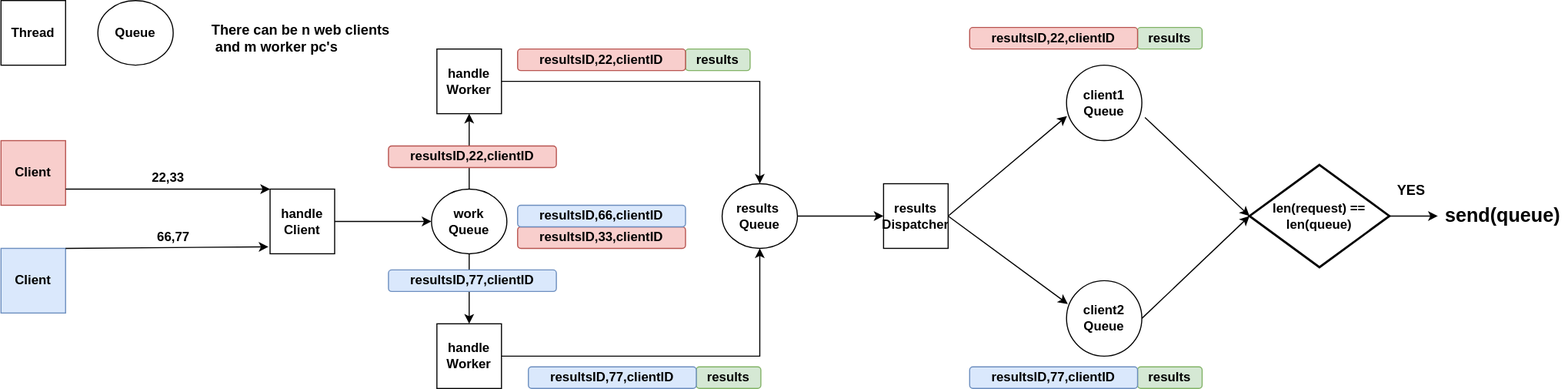
Earlier version of the draw.io export goldbach_server/design/goldbach_server_design.svg (LeonelCamposM/Goldbach-sConjecture). Source tidied: cells renumbered, new cells last; positions are measured from the earlier drawing's top-left corner, leaving out a move shared by most shapes. The source it was exported from:
```xml
<mxGraphModel background="#ffffff">
  <root>
    <mxCell id="0" />
    <mxCell id="1" parent="0" />
    <mxCell id="2" style="edgeStyle=orthogonalEdgeStyle;rounded=0;jettySize=auto;html=1;entryX=0.5;entryY=0;entryDx=0;entryDy=0;" parent="1" edge="1" source="11" target="8">
      <mxGeometry relative="1" as="geometry" />
    </mxCell>
    <mxCell id="3" value="&lt;b&gt;Client&lt;/b&gt;" style="whiteSpace=wrap;html=1;fillColor=#dae8fc;strokeColor=#6c8ebf;" parent="1" vertex="1">
      <mxGeometry y="230" width="60" height="60" as="geometry" />
    </mxCell>
    <mxCell id="4" style="edgeStyle=orthogonalEdgeStyle;rounded=0;jettySize=auto;html=1;entryX=0;entryY=0.5;entryDx=0;entryDy=0;exitX=1;exitY=0.5;exitDx=0;exitDy=0;" parent="1" edge="1" source="16" target="11">
      <mxGeometry relative="1" as="geometry" />
    </mxCell>
    <mxCell id="5" value="&lt;b&gt;22,33&lt;/b&gt;" style="text;html=1;align=center;verticalAlign=middle;strokeColor=none;fillColor=none;" parent="1" vertex="1">
      <mxGeometry x="130" y="155" width="50" height="20" as="geometry" />
    </mxCell>
    <mxCell id="6" value="&lt;b&gt;66,77&lt;/b&gt;" style="text;html=1;align=center;verticalAlign=middle;strokeColor=none;fillColor=none;" parent="1" vertex="1">
      <mxGeometry x="135" y="210" width="50" height="20" as="geometry" />
    </mxCell>
    <mxCell id="7" style="edgeStyle=orthogonalEdgeStyle;rounded=0;jettySize=auto;html=1;entryX=0.5;entryY=1;entryDx=0;entryDy=0;" parent="1" edge="1" source="8" target="13">
      <mxGeometry relative="1" as="geometry" />
    </mxCell>
    <mxCell id="8" value="&lt;b&gt;handle&lt;br&gt;Worker&lt;br&gt;&lt;/b&gt;" style="whiteSpace=wrap;html=1;" parent="1" vertex="1">
      <mxGeometry x="405" y="300" width="60" height="60" as="geometry" />
    </mxCell>
    <mxCell id="9" value="&lt;b&gt;resultsID,77,clientID&lt;/b&gt;" style="rounded=1;whiteSpace=wrap;html=1;fillColor=#dae8fc;strokeColor=#6c8ebf;" parent="1" vertex="1">
      <mxGeometry x="360" y="250" width="156" height="20" as="geometry" />
    </mxCell>
    <mxCell id="10" style="edgeStyle=orthogonalEdgeStyle;rounded=0;jettySize=auto;html=1;entryX=0.5;entryY=1;entryDx=0;entryDy=0;" parent="1" edge="1" source="11" target="19">
      <mxGeometry relative="1" as="geometry" />
    </mxCell>
    <mxCell id="11" value="&lt;b&gt;work Queue&lt;/b&gt;" style="ellipse;whiteSpace=wrap;html=1;align=center;" parent="1" vertex="1">
      <mxGeometry x="400" y="175" width="70" height="60" as="geometry" />
    </mxCell>
    <mxCell id="12" style="edgeStyle=orthogonalEdgeStyle;rounded=0;jettySize=auto;html=1;entryX=0;entryY=0.5;entryDx=0;entryDy=0;" parent="1" edge="1" source="13" target="14">
      <mxGeometry relative="1" as="geometry" />
    </mxCell>
    <mxCell id="13" value="&lt;b&gt;results&amp;nbsp; Queue&lt;/b&gt;" style="ellipse;whiteSpace=wrap;html=1;align=center;" parent="1" vertex="1">
      <mxGeometry x="670" y="170" width="70" height="60" as="geometry" />
    </mxCell>
    <mxCell id="14" value="&lt;b&gt;results&lt;br&gt;Dispatcher&lt;br&gt;&lt;/b&gt;" style="whiteSpace=wrap;html=1;" parent="1" vertex="1">
      <mxGeometry x="820" y="170" width="60" height="60" as="geometry" />
    </mxCell>
    <mxCell id="15" value="&lt;b&gt;client1&lt;br&gt;Queue&lt;/b&gt;" style="ellipse;whiteSpace=wrap;html=1;" parent="1" vertex="1">
      <mxGeometry x="990" y="60" width="70" height="70" as="geometry" />
    </mxCell>
    <mxCell id="16" value="&lt;b&gt;handle&lt;br&gt;Client&lt;/b&gt;" style="whiteSpace=wrap;html=1;" parent="1" vertex="1">
      <mxGeometry x="250" y="175" width="60" height="60" as="geometry" />
    </mxCell>
    <mxCell id="17" value="&lt;b&gt;results&lt;/b&gt;" style="rounded=1;whiteSpace=wrap;html=1;fillColor=#d5e8d4;strokeColor=#82b366;" parent="1" vertex="1">
      <mxGeometry x="646" y="340" width="60" height="20" as="geometry" />
    </mxCell>
    <mxCell id="18" style="edgeStyle=orthogonalEdgeStyle;rounded=0;jettySize=auto;html=1;entryX=0.5;entryY=0;entryDx=0;entryDy=0;" parent="1" edge="1" source="19" target="13">
      <mxGeometry relative="1" as="geometry" />
    </mxCell>
    <mxCell id="19" value="&lt;b&gt;handle&lt;br&gt;Worker&lt;br&gt;&lt;/b&gt;" style="whiteSpace=wrap;html=1;" parent="1" vertex="1">
      <mxGeometry x="405" y="45" width="60" height="60" as="geometry" />
    </mxCell>
    <mxCell id="20" value="&lt;b&gt;resultsID,22,clientID&lt;/b&gt;" style="rounded=1;whiteSpace=wrap;html=1;fillColor=#f8cecc;strokeColor=#b85450;" parent="1" vertex="1">
      <mxGeometry x="360" y="135" width="156" height="20" as="geometry" />
    </mxCell>
    <mxCell id="21" value="&lt;b&gt;results&lt;/b&gt;" style="rounded=1;whiteSpace=wrap;html=1;fillColor=#d5e8d4;strokeColor=#82b366;" parent="1" vertex="1">
      <mxGeometry x="636" y="45" width="60" height="20" as="geometry" />
    </mxCell>
    <mxCell id="22" value="&lt;b&gt;Client&lt;/b&gt;" style="whiteSpace=wrap;html=1;fillColor=#f8cecc;strokeColor=#b85450;" parent="1" vertex="1">
      <mxGeometry y="130" width="60" height="60" as="geometry" />
    </mxCell>
    <mxCell id="23" value="&lt;b&gt;Thread&lt;/b&gt;" style="whiteSpace=wrap;html=1;" parent="1" vertex="1">
      <mxGeometry width="60" height="60" as="geometry" />
    </mxCell>
    <mxCell id="24" value="&lt;b&gt;Queue&lt;/b&gt;" style="ellipse;whiteSpace=wrap;html=1;align=center;" parent="1" vertex="1">
      <mxGeometry x="90" width="70" height="60" as="geometry" />
    </mxCell>
    <mxCell id="25" value="&lt;b&gt;client2&lt;br&gt;Queue&lt;/b&gt;" style="ellipse;whiteSpace=wrap;html=1;" parent="1" vertex="1">
      <mxGeometry x="990" y="260" width="70" height="70" as="geometry" />
    </mxCell>
    <mxCell id="26" style="endArrow=classic;html=1;rounded=0;exitX=1;exitY=0.5;exitDx=0;exitDy=0;entryX=0.006;entryY=0.674;entryDx=0;entryDy=0;entryPerimeter=0;" parent="1" edge="1" source="14" target="15">
      <mxGeometry relative="1" as="geometry" />
    </mxCell>
    <mxCell id="27" style="endArrow=classic;html=1;rounded=0;exitX=1;exitY=0.5;exitDx=0;exitDy=0;entryX=0.017;entryY=0.309;entryDx=0;entryDy=0;entryPerimeter=0;" parent="1" edge="1" source="14" target="25">
      <mxGeometry relative="1" as="geometry" />
    </mxCell>
    <mxCell id="28" style="endArrow=classic;html=1;rounded=0;exitX=1;exitY=0.75;exitDx=0;exitDy=0;entryX=0;entryY=0;entryDx=0;entryDy=0;" parent="1" edge="1" source="22" target="16">
      <mxGeometry relative="1" as="geometry" />
    </mxCell>
    <mxCell id="29" style="endArrow=classic;html=1;rounded=0;exitX=1;exitY=0;exitDx=0;exitDy=0;entryX=-0.025;entryY=0.893;entryDx=0;entryDy=0;entryPerimeter=0;" parent="1" edge="1" source="3" target="16">
      <mxGeometry relative="1" as="geometry" />
    </mxCell>
    <mxCell id="30" style="edgeStyle=orthogonalEdgeStyle;rounded=0;jettySize=auto;html=1;" parent="1" edge="1" source="31" target="32">
      <mxGeometry relative="1" as="geometry" />
    </mxCell>
    <mxCell id="31" value="&lt;b&gt;len(request) == len(queue)&lt;/b&gt;" style="strokeWidth=2;html=1;shape=mxgraph.flowchart.decision;whiteSpace=wrap;" parent="1" vertex="1">
      <mxGeometry x="1160" y="152.5" width="130" height="95" as="geometry" />
    </mxCell>
    <mxCell id="32" value="&lt;b&gt;&lt;font style=&quot;font-size: 18px&quot;&gt;send(queue)&lt;/font&gt;&lt;/b&gt;" style="text;html=1;align=center;verticalAlign=middle;points=[];strokeColor=none;fillColor=none;" parent="1" vertex="1">
      <mxGeometry x="1335" y="190" width="120" height="20" as="geometry" />
    </mxCell>
    <mxCell id="33" style="endArrow=classic;html=1;rounded=0;exitX=1.041;exitY=0.692;exitDx=0;exitDy=0;entryX=0;entryY=0.5;entryDx=0;entryDy=0;entryPerimeter=0;exitPerimeter=0;" parent="1" edge="1" source="15" target="31">
      <mxGeometry relative="1" as="geometry" />
    </mxCell>
    <mxCell id="34" style="endArrow=classic;html=1;rounded=0;exitX=1;exitY=0.5;exitDx=0;exitDy=0;entryX=0;entryY=0.5;entryDx=0;entryDy=0;entryPerimeter=0;" parent="1" edge="1" source="25" target="31">
      <mxGeometry relative="1" as="geometry" />
    </mxCell>
    <mxCell id="35" value="&lt;b&gt;&lt;font style=&quot;font-size: 13px&quot;&gt;YES&lt;/font&gt;&lt;/b&gt;" style="text;html=1;align=center;verticalAlign=middle;strokeColor=none;fillColor=none;fontSize=18;" parent="1" vertex="1">
      <mxGeometry x="1290" y="160" width="40" height="30" as="geometry" />
    </mxCell>
    <mxCell id="36" value="&lt;b&gt;resultsID,22,clientID&lt;/b&gt;" style="rounded=1;whiteSpace=wrap;html=1;fillColor=#f8cecc;strokeColor=#b85450;" parent="1" vertex="1">
      <mxGeometry x="480" y="45" width="156" height="20" as="geometry" />
    </mxCell>
    <mxCell id="37" value="&lt;b&gt;resultsID,77,clientID&lt;/b&gt;" style="rounded=1;whiteSpace=wrap;html=1;fillColor=#dae8fc;strokeColor=#6c8ebf;" parent="1" vertex="1">
      <mxGeometry x="490" y="340" width="156" height="20" as="geometry" />
    </mxCell>
    <mxCell id="38" value="&lt;b&gt;results&lt;/b&gt;" style="rounded=1;whiteSpace=wrap;html=1;fillColor=#d5e8d4;strokeColor=#82b366;" parent="1" vertex="1">
      <mxGeometry x="1056" y="340" width="60" height="20" as="geometry" />
    </mxCell>
    <mxCell id="39" value="&lt;b&gt;resultsID,77,clientID&lt;/b&gt;" style="rounded=1;whiteSpace=wrap;html=1;fillColor=#dae8fc;strokeColor=#6c8ebf;" parent="1" vertex="1">
      <mxGeometry x="900" y="340" width="156" height="20" as="geometry" />
    </mxCell>
    <mxCell id="40" value="&lt;b&gt;results&lt;/b&gt;" style="rounded=1;whiteSpace=wrap;html=1;fillColor=#d5e8d4;strokeColor=#82b366;" parent="1" vertex="1">
      <mxGeometry x="1056" y="25" width="60" height="20" as="geometry" />
    </mxCell>
    <mxCell id="41" value="&lt;b&gt;resultsID,22,clientID&lt;/b&gt;" style="rounded=1;whiteSpace=wrap;html=1;fillColor=#f8cecc;strokeColor=#b85450;" parent="1" vertex="1">
      <mxGeometry x="900" y="25" width="156" height="20" as="geometry" />
    </mxCell>
    <mxCell id="42" value="&lt;b&gt;resultsID,33,clientID&lt;/b&gt;" style="rounded=1;whiteSpace=wrap;html=1;fillColor=#f8cecc;strokeColor=#b85450;" parent="1" vertex="1">
      <mxGeometry x="480" y="210" width="156" height="20" as="geometry" />
    </mxCell>
    <mxCell id="43" value="&lt;b&gt;resultsID,66,clientID&lt;/b&gt;" style="rounded=1;whiteSpace=wrap;html=1;fillColor=#dae8fc;strokeColor=#6c8ebf;" parent="1" vertex="1">
      <mxGeometry x="480" y="190" width="156" height="20" as="geometry" />
    </mxCell>
    <mxCell id="44" value="&lt;b&gt;There can be n web clients&lt;br&gt;&amp;nbsp;and m worker pc's&lt;/b&gt;" style="text;html=1;align=left;verticalAlign=middle;strokeColor=none;fillColor=none;fontSize=13;" parent="1" vertex="1">
      <mxGeometry x="194" y="15" width="180" height="40" as="geometry" />
    </mxCell>
  </root>
</mxGraphModel>
```
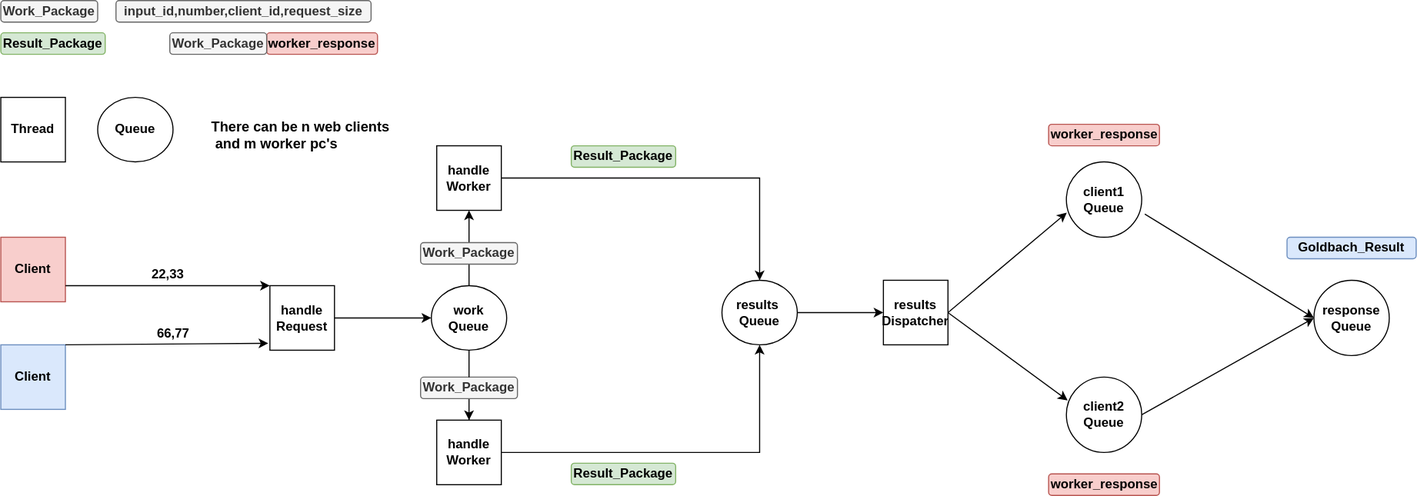
Above is the later version.

Change to the diagram source:
```diff
@@ -2,7 +2,7 @@
   <root>
     <mxCell id="0" />
     <mxCell id="1" parent="0" />
-    <mxCell id="2" style="edgeStyle=orthogonalEdgeStyle;rounded=0;jettySize=auto;html=1;entryX=0.5;entryY=0;entryDx=0;entryDy=0;" parent="1" edge="1" source="11" target="8">
+    <mxCell id="2" style="edgeStyle=orthogonalEdgeStyle;rounded=0;jettySize=auto;html=1;entryX=0.5;entryY=0;entryDx=0;entryDy=0;startArrow=none;" parent="1" edge="1" source="47" target="8">
       <mxGeometry relative="1" as="geometry" />
     </mxCell>
     <mxCell id="3" value="&lt;b&gt;Client&lt;/b&gt;" style="whiteSpace=wrap;html=1;fillColor=#dae8fc;strokeColor=#6c8ebf;" parent="1" vertex="1">
@@ -23,9 +23,6 @@
     <mxCell id="8" value="&lt;b&gt;handle&lt;br&gt;Worker&lt;br&gt;&lt;/b&gt;" style="whiteSpace=wrap;html=1;" parent="1" vertex="1">
       <mxGeometry x="405" y="300" width="60" height="60" as="geometry" />
     </mxCell>
-    <mxCell id="9" value="&lt;b&gt;resultsID,77,clientID&lt;/b&gt;" style="rounded=1;whiteSpace=wrap;html=1;fillColor=#dae8fc;strokeColor=#6c8ebf;" parent="1" vertex="1">
-      <mxGeometry x="360" y="250" width="156" height="20" as="geometry" />
-    </mxCell>
     <mxCell id="10" style="edgeStyle=orthogonalEdgeStyle;rounded=0;jettySize=auto;html=1;entryX=0.5;entryY=1;entryDx=0;entryDy=0;" parent="1" edge="1" source="11" target="19">
       <mxGeometry relative="1" as="geometry" />
     </mxCell>
@@ -44,24 +41,15 @@
     <mxCell id="15" value="&lt;b&gt;client1&lt;br&gt;Queue&lt;/b&gt;" style="ellipse;whiteSpace=wrap;html=1;" parent="1" vertex="1">
       <mxGeometry x="990" y="60" width="70" height="70" as="geometry" />
     </mxCell>
-    <mxCell id="16" value="&lt;b&gt;handle&lt;br&gt;Client&lt;/b&gt;" style="whiteSpace=wrap;html=1;" parent="1" vertex="1">
+    <mxCell id="16" value="&lt;b&gt;handle&lt;br&gt;Request&lt;br&gt;&lt;/b&gt;" style="whiteSpace=wrap;html=1;" parent="1" vertex="1">
       <mxGeometry x="250" y="175" width="60" height="60" as="geometry" />
     </mxCell>
-    <mxCell id="17" value="&lt;b&gt;results&lt;/b&gt;" style="rounded=1;whiteSpace=wrap;html=1;fillColor=#d5e8d4;strokeColor=#82b366;" parent="1" vertex="1">
-      <mxGeometry x="646" y="340" width="60" height="20" as="geometry" />
-    </mxCell>
     <mxCell id="18" style="edgeStyle=orthogonalEdgeStyle;rounded=0;jettySize=auto;html=1;entryX=0.5;entryY=0;entryDx=0;entryDy=0;" parent="1" edge="1" source="19" target="13">
       <mxGeometry relative="1" as="geometry" />
     </mxCell>
     <mxCell id="19" value="&lt;b&gt;handle&lt;br&gt;Worker&lt;br&gt;&lt;/b&gt;" style="whiteSpace=wrap;html=1;" parent="1" vertex="1">
       <mxGeometry x="405" y="45" width="60" height="60" as="geometry" />
     </mxCell>
-    <mxCell id="20" value="&lt;b&gt;resultsID,22,clientID&lt;/b&gt;" style="rounded=1;whiteSpace=wrap;html=1;fillColor=#f8cecc;strokeColor=#b85450;" parent="1" vertex="1">
-      <mxGeometry x="360" y="135" width="156" height="20" as="geometry" />
-    </mxCell>
-    <mxCell id="21" value="&lt;b&gt;results&lt;/b&gt;" style="rounded=1;whiteSpace=wrap;html=1;fillColor=#d5e8d4;strokeColor=#82b366;" parent="1" vertex="1">
-      <mxGeometry x="636" y="45" width="60" height="20" as="geometry" />
-    </mxCell>
     <mxCell id="22" value="&lt;b&gt;Client&lt;/b&gt;" style="whiteSpace=wrap;html=1;fillColor=#f8cecc;strokeColor=#b85450;" parent="1" vertex="1">
       <mxGeometry y="130" width="60" height="60" as="geometry" />
     </mxCell>
@@ -86,50 +74,56 @@
     <mxCell id="29" style="endArrow=classic;html=1;rounded=0;exitX=1;exitY=0;exitDx=0;exitDy=0;entryX=-0.025;entryY=0.893;entryDx=0;entryDy=0;entryPerimeter=0;" parent="1" edge="1" source="3" target="16">
       <mxGeometry relative="1" as="geometry" />
     </mxCell>
-    <mxCell id="30" style="edgeStyle=orthogonalEdgeStyle;rounded=0;jettySize=auto;html=1;" parent="1" edge="1" source="31" target="32">
-      <mxGeometry relative="1" as="geometry" />
-    </mxCell>
-    <mxCell id="31" value="&lt;b&gt;len(request) == len(queue)&lt;/b&gt;" style="strokeWidth=2;html=1;shape=mxgraph.flowchart.decision;whiteSpace=wrap;" parent="1" vertex="1">
-      <mxGeometry x="1160" y="152.5" width="130" height="95" as="geometry" />
-    </mxCell>
-    <mxCell id="32" value="&lt;b&gt;&lt;font style=&quot;font-size: 18px&quot;&gt;send(queue)&lt;/font&gt;&lt;/b&gt;" style="text;html=1;align=center;verticalAlign=middle;points=[];strokeColor=none;fillColor=none;" parent="1" vertex="1">
-      <mxGeometry x="1335" y="190" width="120" height="20" as="geometry" />
-    </mxCell>
-    <mxCell id="33" style="endArrow=classic;html=1;rounded=0;exitX=1.041;exitY=0.692;exitDx=0;exitDy=0;entryX=0;entryY=0.5;entryDx=0;entryDy=0;entryPerimeter=0;exitPerimeter=0;" parent="1" edge="1" source="15" target="31">
+    <mxCell id="33" style="endArrow=classic;html=1;rounded=0;exitX=1.041;exitY=0.692;exitDx=0;exitDy=0;entryX=0;entryY=0.5;entryDx=0;entryDy=0;exitPerimeter=0;" parent="1" edge="1" source="15" target="53">
       <mxGeometry relative="1" as="geometry" />
     </mxCell>
-    <mxCell id="34" style="endArrow=classic;html=1;rounded=0;exitX=1;exitY=0.5;exitDx=0;exitDy=0;entryX=0;entryY=0.5;entryDx=0;entryDy=0;entryPerimeter=0;" parent="1" edge="1" source="25" target="31">
+    <mxCell id="34" style="endArrow=classic;html=1;rounded=0;exitX=1;exitY=0.5;exitDx=0;exitDy=0;entryX=0;entryY=0.5;entryDx=0;entryDy=0;" parent="1" edge="1" source="25" target="53">
       <mxGeometry relative="1" as="geometry" />
     </mxCell>
-    <mxCell id="35" value="&lt;b&gt;&lt;font style=&quot;font-size: 13px&quot;&gt;YES&lt;/font&gt;&lt;/b&gt;" style="text;html=1;align=center;verticalAlign=middle;strokeColor=none;fillColor=none;fontSize=18;" parent="1" vertex="1">
-      <mxGeometry x="1290" y="160" width="40" height="30" as="geometry" />
-    </mxCell>
-    <mxCell id="36" value="&lt;b&gt;resultsID,22,clientID&lt;/b&gt;" style="rounded=1;whiteSpace=wrap;html=1;fillColor=#f8cecc;strokeColor=#b85450;" parent="1" vertex="1">
-      <mxGeometry x="480" y="45" width="156" height="20" as="geometry" />
-    </mxCell>
-    <mxCell id="37" value="&lt;b&gt;resultsID,77,clientID&lt;/b&gt;" style="rounded=1;whiteSpace=wrap;html=1;fillColor=#dae8fc;strokeColor=#6c8ebf;" parent="1" vertex="1">
-      <mxGeometry x="490" y="340" width="156" height="20" as="geometry" />
-    </mxCell>
-    <mxCell id="38" value="&lt;b&gt;results&lt;/b&gt;" style="rounded=1;whiteSpace=wrap;html=1;fillColor=#d5e8d4;strokeColor=#82b366;" parent="1" vertex="1">
-      <mxGeometry x="1056" y="340" width="60" height="20" as="geometry" />
-    </mxCell>
-    <mxCell id="39" value="&lt;b&gt;resultsID,77,clientID&lt;/b&gt;" style="rounded=1;whiteSpace=wrap;html=1;fillColor=#dae8fc;strokeColor=#6c8ebf;" parent="1" vertex="1">
-      <mxGeometry x="900" y="340" width="156" height="20" as="geometry" />
-    </mxCell>
-    <mxCell id="40" value="&lt;b&gt;results&lt;/b&gt;" style="rounded=1;whiteSpace=wrap;html=1;fillColor=#d5e8d4;strokeColor=#82b366;" parent="1" vertex="1">
-      <mxGeometry x="1056" y="25" width="60" height="20" as="geometry" />
-    </mxCell>
-    <mxCell id="41" value="&lt;b&gt;resultsID,22,clientID&lt;/b&gt;" style="rounded=1;whiteSpace=wrap;html=1;fillColor=#f8cecc;strokeColor=#b85450;" parent="1" vertex="1">
-      <mxGeometry x="900" y="25" width="156" height="20" as="geometry" />
-    </mxCell>
-    <mxCell id="42" value="&lt;b&gt;resultsID,33,clientID&lt;/b&gt;" style="rounded=1;whiteSpace=wrap;html=1;fillColor=#f8cecc;strokeColor=#b85450;" parent="1" vertex="1">
-      <mxGeometry x="480" y="210" width="156" height="20" as="geometry" />
-    </mxCell>
-    <mxCell id="43" value="&lt;b&gt;resultsID,66,clientID&lt;/b&gt;" style="rounded=1;whiteSpace=wrap;html=1;fillColor=#dae8fc;strokeColor=#6c8ebf;" parent="1" vertex="1">
-      <mxGeometry x="480" y="190" width="156" height="20" as="geometry" />
-    </mxCell>
     <mxCell id="44" value="&lt;b&gt;There can be n web clients&lt;br&gt;&amp;nbsp;and m worker pc's&lt;/b&gt;" style="text;html=1;align=left;verticalAlign=middle;strokeColor=none;fillColor=none;fontSize=13;" parent="1" vertex="1">
       <mxGeometry x="194" y="15" width="180" height="40" as="geometry" />
     </mxCell>
+    <mxCell id="45" value="&lt;b&gt;input_id,number,client_id,request_size&lt;/b&gt;" style="rounded=1;whiteSpace=wrap;html=1;fillColor=#f5f5f5;strokeColor=#666666;fontColor=#333333;" parent="1" vertex="1">
+      <mxGeometry x="107" y="-90" width="237" height="20" as="geometry" />
+    </mxCell>
+    <mxCell id="46" value="&lt;b&gt;Work_Package&lt;/b&gt;" style="rounded=1;whiteSpace=wrap;html=1;fillColor=#f5f5f5;strokeColor=#666666;fontColor=#333333;" parent="1" vertex="1">
+      <mxGeometry x="390" y="135" width="90" height="20" as="geometry" />
+    </mxCell>
+    <mxCell id="47" value="&lt;b&gt;Work_Package&lt;/b&gt;" style="rounded=1;whiteSpace=wrap;html=1;fillColor=#f5f5f5;strokeColor=#666666;fontColor=#333333;" parent="1" vertex="1">
+      <mxGeometry x="390" y="260" width="90" height="20" as="geometry" />
+    </mxCell>
+    <mxCell id="48" style="edgeStyle=orthogonalEdgeStyle;rounded=0;jettySize=auto;html=1;entryX=0.5;entryY=0;entryDx=0;entryDy=0;endArrow=none;" parent="1" edge="1" source="11" target="47">
+      <mxGeometry relative="1" as="geometry" />
+    </mxCell>
+    <mxCell id="49" value="&lt;b&gt;Work_Package&lt;/b&gt;" style="rounded=1;whiteSpace=wrap;html=1;fillColor=#f5f5f5;strokeColor=#666666;fontColor=#333333;" parent="1" vertex="1">
+      <mxGeometry y="-90" width="90" height="20" as="geometry" />
+    </mxCell>
+    <mxCell id="50" value="&lt;b&gt;Result_Package&lt;/b&gt;" style="rounded=1;whiteSpace=wrap;html=1;fillColor=#d5e8d4;strokeColor=#82b366;" parent="1" vertex="1">
+      <mxGeometry y="-60" width="97" height="20" as="geometry" />
+    </mxCell>
+    <mxCell id="51" value="&lt;b&gt;Result_Package&lt;/b&gt;" style="rounded=1;whiteSpace=wrap;html=1;fillColor=#d5e8d4;strokeColor=#82b366;" parent="1" vertex="1">
+      <mxGeometry x="530" y="45" width="97" height="20" as="geometry" />
+    </mxCell>
+    <mxCell id="52" value="&lt;b&gt;Result_Package&lt;/b&gt;" style="rounded=1;whiteSpace=wrap;html=1;fillColor=#d5e8d4;strokeColor=#82b366;" parent="1" vertex="1">
+      <mxGeometry x="530" y="340" width="97" height="20" as="geometry" />
+    </mxCell>
+    <mxCell id="53" value="&lt;b&gt;response&lt;br&gt;Queue&lt;/b&gt;" style="ellipse;whiteSpace=wrap;html=1;" parent="1" vertex="1">
+      <mxGeometry x="1220" y="170" width="70" height="70" as="geometry" />
+    </mxCell>
+    <mxCell id="54" value="&lt;b&gt;worker_response&lt;/b&gt;" style="rounded=1;whiteSpace=wrap;html=1;fillColor=#f8cecc;strokeColor=#b85450;" parent="1" vertex="1">
+      <mxGeometry x="247" y="-60" width="103" height="20" as="geometry" />
+    </mxCell>
+    <mxCell id="55" value="&lt;b&gt;Work_Package&lt;/b&gt;" style="rounded=1;whiteSpace=wrap;html=1;fillColor=#f5f5f5;strokeColor=#666666;fontColor=#333333;" parent="1" vertex="1">
+      <mxGeometry x="157" y="-60" width="90" height="20" as="geometry" />
+    </mxCell>
+    <mxCell id="56" value="&lt;b&gt;Goldbach_Result&lt;/b&gt;" style="rounded=1;whiteSpace=wrap;html=1;fillColor=#dae8fc;strokeColor=#6c8ebf;" parent="1" vertex="1">
+      <mxGeometry x="1195" y="130" width="120" height="20" as="geometry" />
+    </mxCell>
+    <mxCell id="57" value="&lt;b&gt;worker_response&lt;/b&gt;" style="rounded=1;whiteSpace=wrap;html=1;fillColor=#f8cecc;strokeColor=#b85450;" parent="1" vertex="1">
+      <mxGeometry x="973.5" y="25" width="103" height="20" as="geometry" />
+    </mxCell>
+    <mxCell id="58" value="&lt;b&gt;worker_response&lt;/b&gt;" style="rounded=1;whiteSpace=wrap;html=1;fillColor=#f8cecc;strokeColor=#b85450;" parent="1" vertex="1">
+      <mxGeometry x="973.5" y="350" width="103" height="20" as="geometry" />
+    </mxCell>
   </root>
 </mxGraphModel>
```
